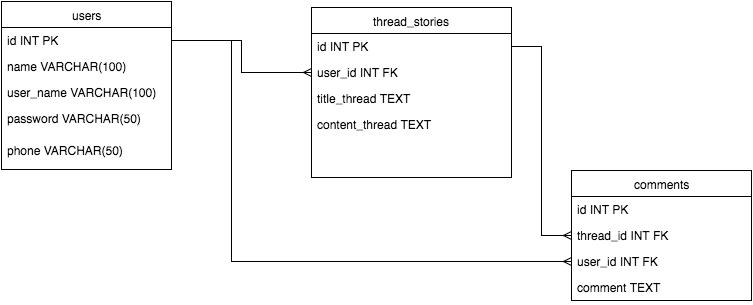
The draw.io diagram forum_schema.png in cross-fox-2017/schema-forum, before a commit. Source tidied: cells renumbered, new cells last; positions are measured from the earlier drawing's top-left corner, leaving out a move shared by most shapes.
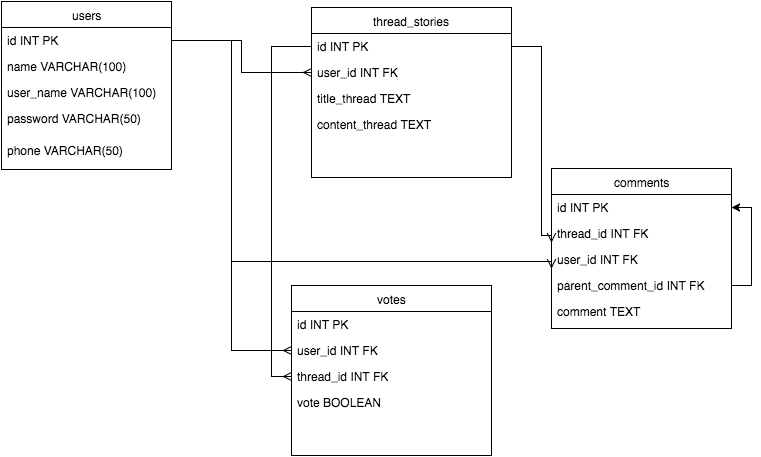
Later version of the same file.

Commit message:
Finish (Revisi)

Change to the diagram source:
```diff
@@ -36,7 +36,7 @@
       <mxGeometry y="104" width="200" height="26" as="geometry" />
     </mxCell>
     <mxCell id="13" value="comments" style="swimlane;html=1;fontStyle=0;horizontal=1;startSize=26;fillColor=none;swimlaneFillColor=#ffffff;" parent="1" vertex="1">
-      <mxGeometry x="570" y="169" width="180" height="130" as="geometry" />
+      <mxGeometry x="550" y="167" width="180" height="160" as="geometry" />
     </mxCell>
     <mxCell id="14" value="id INT PK" style="text;html=1;strokeColor=none;fillColor=none;align=left;verticalAlign=top;spacingLeft=4;spacingRight=4;whiteSpace=wrap;overflow=hidden;points=[[0,0.5],[1,0.5]];portConstraint=eastwest;" parent="13" vertex="1">
       <mxGeometry y="26" width="180" height="26" as="geometry" />
@@ -47,8 +47,14 @@
     <mxCell id="16" value="user_id INT FK" style="text;html=1;strokeColor=none;fillColor=none;align=left;verticalAlign=top;spacingLeft=4;spacingRight=4;whiteSpace=wrap;overflow=hidden;points=[[0,0.5],[1,0.5]];portConstraint=eastwest;" parent="13" vertex="1">
       <mxGeometry y="78" width="180" height="26" as="geometry" />
     </mxCell>
+    <mxCell id="21" style="edgeStyle=orthogonalEdgeStyle;rounded=0;html=1;exitX=1;exitY=0.5;entryX=1;entryY=0.5;jettySize=auto;endArrow=classic;endFill=1;" parent="13" edge="1" source="22" target="14">
+      <mxGeometry relative="1" as="geometry" />
+    </mxCell>
+    <mxCell id="22" value="parent_comment_id INT FK" style="text;html=1;strokeColor=none;fillColor=none;align=left;verticalAlign=top;spacingLeft=4;spacingRight=4;whiteSpace=wrap;overflow=hidden;points=[[0,0.5],[1,0.5]];portConstraint=eastwest;" parent="13" vertex="1">
+      <mxGeometry y="104" width="180" height="26" as="geometry" />
+    </mxCell>
     <mxCell id="17" value="comment TEXT" style="text;html=1;strokeColor=none;fillColor=none;align=left;verticalAlign=top;spacingLeft=4;spacingRight=4;whiteSpace=wrap;overflow=hidden;" parent="13" vertex="1">
-      <mxGeometry y="104" width="180" height="26" as="geometry" />
+      <mxGeometry y="130" width="180" height="30" as="geometry" />
     </mxCell>
     <mxCell id="18" style="edgeStyle=orthogonalEdgeStyle;rounded=0;html=1;exitX=1;exitY=0.5;entryX=0;entryY=0.5;endArrow=ERmany;endFill=0;jettySize=auto;" parent="1" edge="1" source="3" target="10">
       <mxGeometry relative="1" as="geometry" />
@@ -69,5 +75,26 @@
         </Array>
       </mxGeometry>
     </mxCell>
+    <mxCell id="23" value="votes" style="swimlane;html=1;fontStyle=0;horizontal=1;startSize=26;fillColor=none;swimlaneFillColor=#ffffff;" parent="1" vertex="1">
+      <mxGeometry x="290" y="284" width="200" height="170" as="geometry" />
+    </mxCell>
+    <mxCell id="24" value="id INT PK" style="text;html=1;strokeColor=none;fillColor=none;align=left;verticalAlign=top;spacingLeft=4;spacingRight=4;whiteSpace=wrap;overflow=hidden;" parent="23" vertex="1">
+      <mxGeometry y="26" width="200" height="26" as="geometry" />
+    </mxCell>
+    <mxCell id="25" value="user_id INT FK" style="text;html=1;strokeColor=none;fillColor=none;align=left;verticalAlign=top;spacingLeft=4;spacingRight=4;whiteSpace=wrap;overflow=hidden;points=[[0,0.5],[1,0.5]];portConstraint=eastwest;" parent="23" vertex="1">
+      <mxGeometry y="52" width="200" height="26" as="geometry" />
+    </mxCell>
+    <mxCell id="26" value="thread_id INT FK" style="text;html=1;strokeColor=none;fillColor=none;align=left;verticalAlign=top;spacingLeft=4;spacingRight=4;whiteSpace=wrap;overflow=hidden;points=[[0,0.5],[1,0.5]];portConstraint=eastwest;" parent="23" vertex="1">
+      <mxGeometry y="78" width="200" height="26" as="geometry" />
+    </mxCell>
+    <mxCell id="27" value="vote BOOLEAN" style="text;html=1;strokeColor=none;fillColor=none;align=left;verticalAlign=top;spacingLeft=4;spacingRight=4;whiteSpace=wrap;overflow=hidden;" parent="23" vertex="1">
+      <mxGeometry y="104" width="200" height="26" as="geometry" />
+    </mxCell>
+    <mxCell id="28" style="edgeStyle=orthogonalEdgeStyle;rounded=0;html=1;exitX=0;exitY=0.5;entryX=0;entryY=0.5;endArrow=ERmany;endFill=0;jettySize=auto;" parent="1" edge="1" source="9" target="26">
+      <mxGeometry relative="1" as="geometry" />
+    </mxCell>
+    <mxCell id="29" style="edgeStyle=orthogonalEdgeStyle;rounded=0;html=1;exitX=1;exitY=0.5;entryX=0;entryY=0.5;endArrow=ERmany;endFill=0;jettySize=auto;" parent="1" edge="1" source="3" target="25">
+      <mxGeometry relative="1" as="geometry" />
+    </mxCell>
   </root>
 </mxGraphModel>
```
